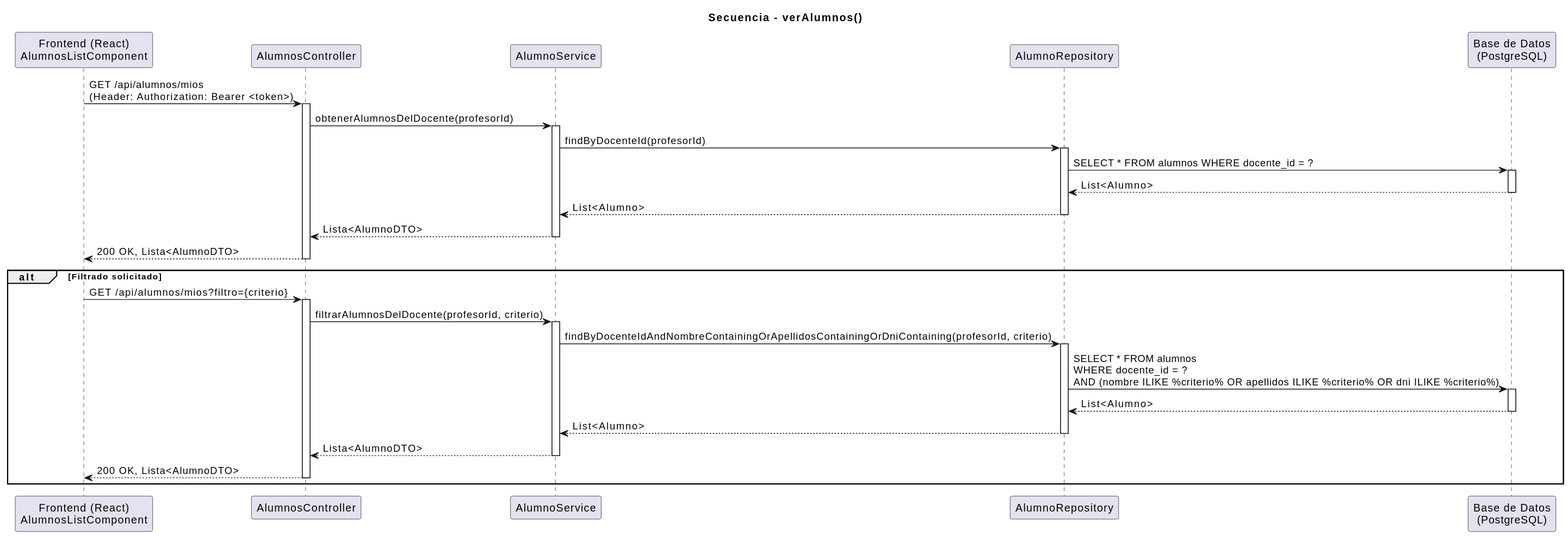
Before: images/diseño/verAlumnos/secuencia.svg, a diagram exported from PlantUML (martinlopez7/25-26-idsw2-sdVC).
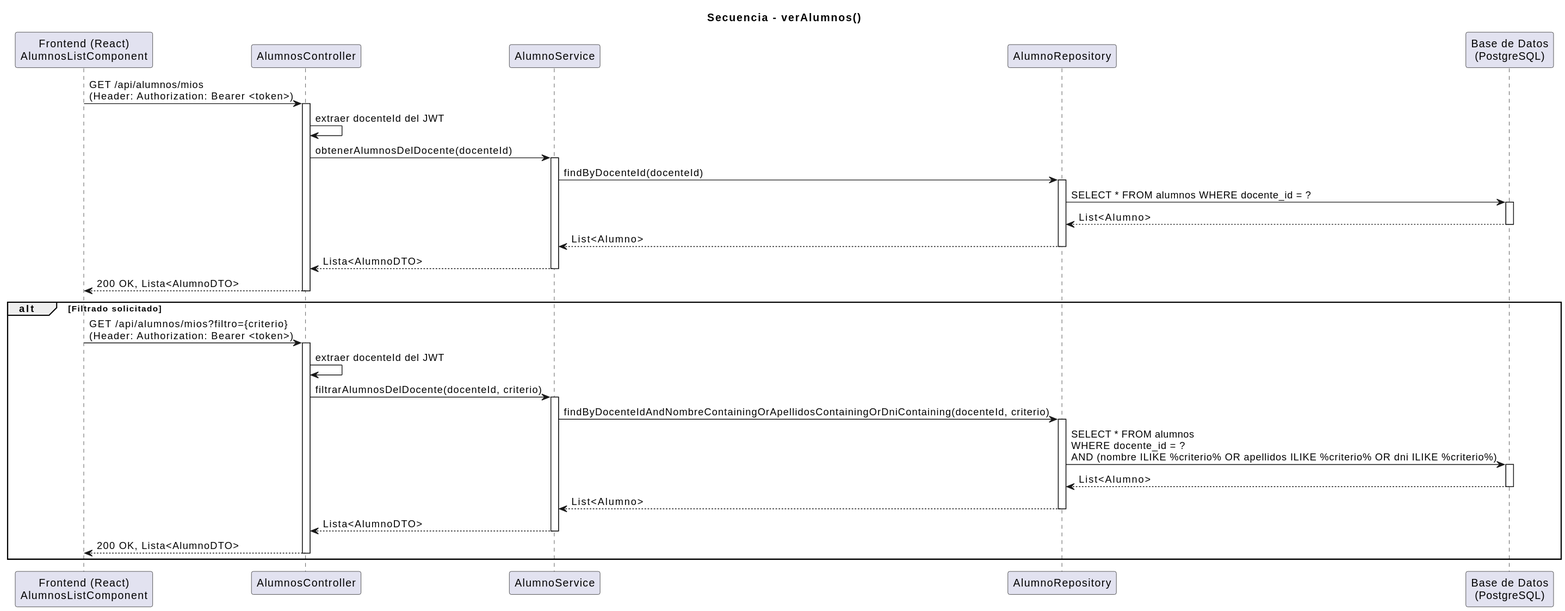
Later version of the same file.

Commit message:
fix: concreciones de JWT de diseño de verAlumnos

Diff of the diagram source:
```diff
@@ -9,11 +9,11 @@
 
 view -> controller : GET /api/alumnos/mios\n(Header: Authorization: Bearer <token>)
 activate controller
-
-controller -> service : obtenerAlumnosDelDocente(profesorId)
+controller -> controller: extraer docenteId del JWT
+controller -> service : obtenerAlumnosDelDocente(docenteId)
 activate service
 
-service -> repository : findByDocenteId(profesorId)
+service -> repository : findByDocenteId(docenteId)
 activate repository
 
 repository -> db : SELECT * FROM alumnos WHERE docente_id = ?
@@ -32,13 +32,14 @@
 
 alt Filtrado solicitado
 
-view -> controller : GET /api/alumnos/mios?filtro={criterio}
+view -> controller : GET /api/alumnos/mios?filtro={criterio}\n(Header: Authorization: Bearer <token>)
 activate controller
 
-controller -> service : filtrarAlumnosDelDocente(profesorId, criterio)
+controller -> controller: extraer docenteId del JWT
+controller -> service : filtrarAlumnosDelDocente(docenteId, criterio)
 activate service
 
-service -> repository : findByDocenteIdAndNombreContainingOrApellidosContainingOrDniContaining(profesorId, criterio)
+service -> repository : findByDocenteIdAndNombreContainingOrApellidosContainingOrDniContaining(docenteId, criterio)
 activate repository
 
 repository -> db : SELECT * FROM alumnos\nWHERE docente_id = ?\nAND (nombre ILIKE %criterio% OR apellidos ILIKE %criterio% OR dni ILIKE %criterio%)
```
